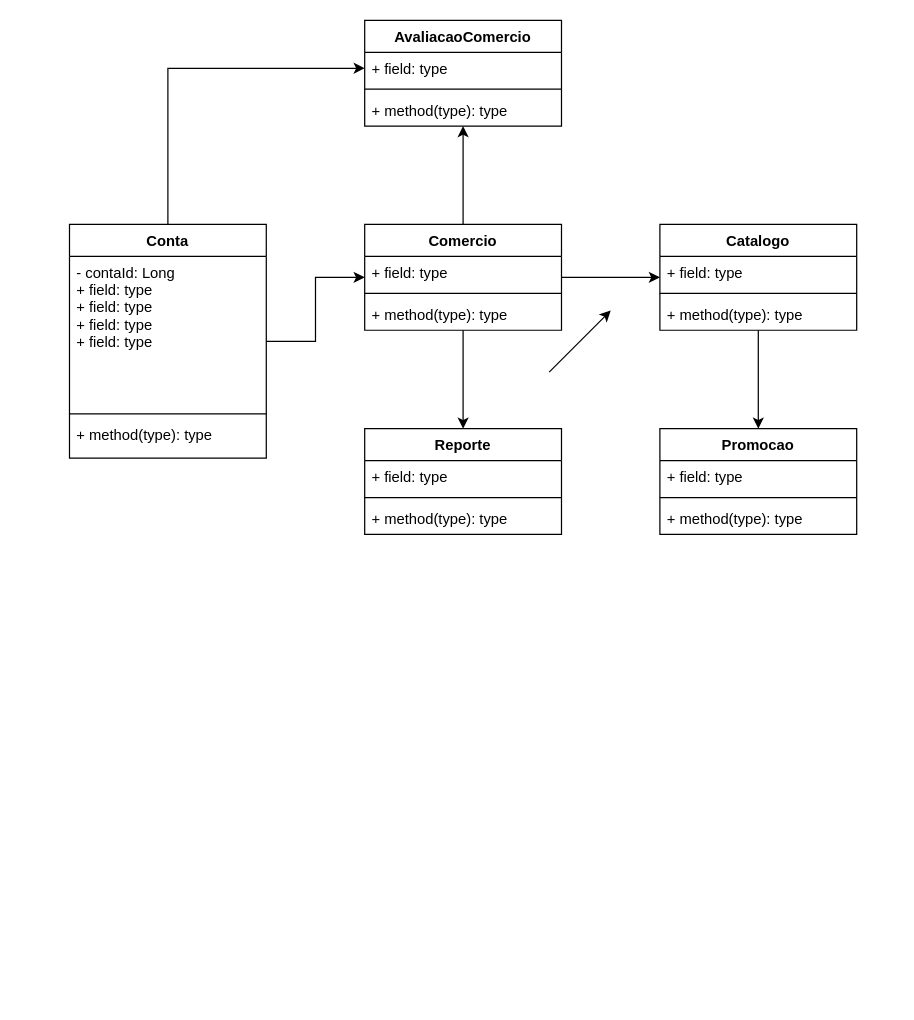
BrunoBender/tcc-do-entra21-2020-equipe-abcd keeps this draw.io diagram as src/main/resources/uml.drawio. Above is the earlier version. Source tidied: cells renumbered, new cells numbered last; positions are measured from the earlier drawing's top-left corner, leaving out a move shared by most shapes. Both pictures are drawn from the tidied source at 123%, with x=0, y=0 at pixel (69, 20).
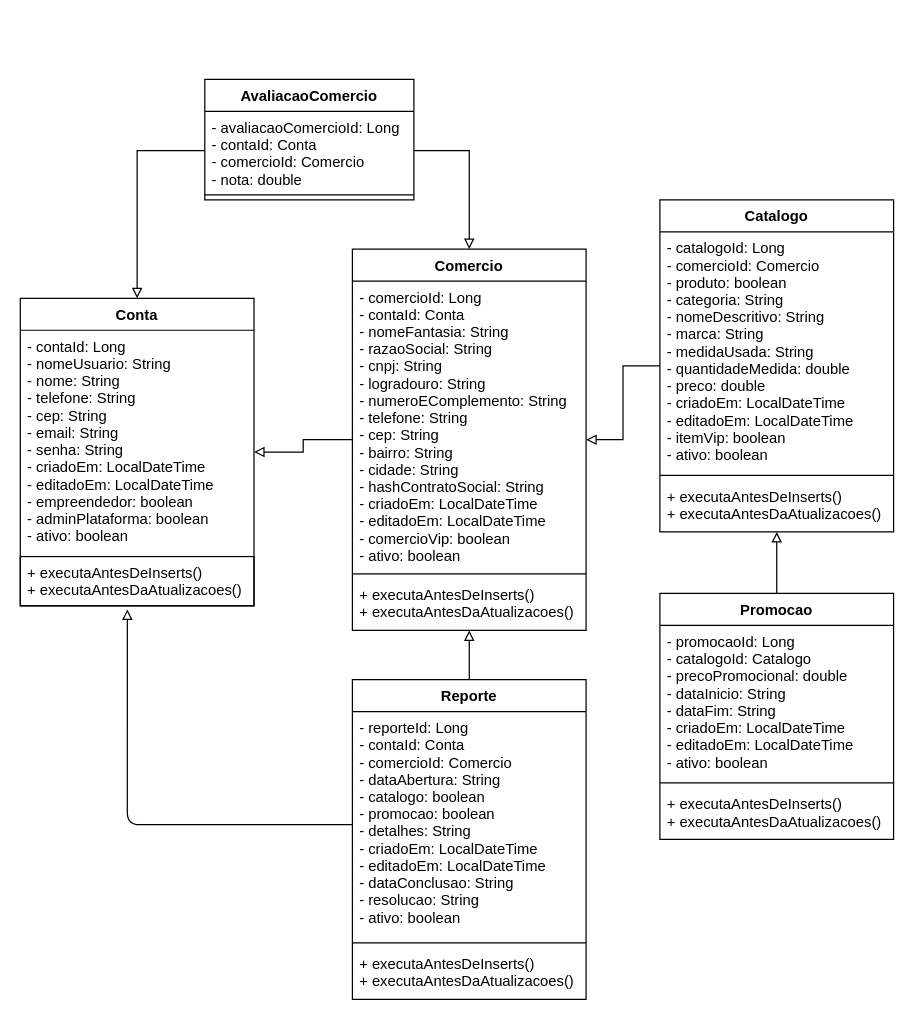
After the change.

Commit message (it also covers changes not shown here):
atualiza arquivos do uml #8

Diff of the diagram source:
```diff
@@
-    <mxCell id="2" style="edgeStyle=orthogonalEdgeStyle;rounded=0;jettySize=auto;html=1;" parent="1" edge="1" source="4" target="11">
+    <mxCell id="2" style="rounded=0;jettySize=auto;html=1;edgeStyle=orthogonalEdgeStyle;startArrow=block;startFill=0;endArrow=none;endFill=0;" parent="1" edge="1" source="4" target="11">
       <mxGeometry relative="1" as="geometry" />
     </mxCell>
-    <mxCell id="3" style="edgeStyle=orthogonalEdgeStyle;rounded=0;jettySize=auto;html=1;exitX=0.5;exitY=0;exitDx=0;exitDy=0;entryX=0;entryY=0.5;entryDx=0;entryDy=0;strokeColor=#000000;" parent="1" edge="1" source="4" target="29">
+    <mxCell id="3" style="edgeStyle=orthogonalEdgeStyle;rounded=0;jettySize=auto;html=1;exitX=0.5;exitY=0;exitDx=0;exitDy=0;entryX=0;entryY=0.5;entryDx=0;entryDy=0;strokeColor=#000000;startArrow=block;startFill=0;fillOpacity=100;endArrow=none;endFill=0;" parent="1" edge="1" source="4" target="29">
       <mxGeometry relative="1" as="geometry" />
     </mxCell>
     <mxCell id="4" value="Conta" style="swimlane;fontStyle=1;align=center;verticalAlign=top;horizontal=1;startSize=26;" parent="1" vertex="1">
-      <mxGeometry y="166" width="160" height="190" as="geometry" />
+      <mxGeometry x="-40" y="226" width="190" height="250" as="geometry" />
     </mxCell>
-    <mxCell id="5" value="- contaId: Long&#10;+ field: type&#10;+ field: type&#10;+ field: type&#10;+ field: type" style="text;strokeColor=none;fillColor=none;align=left;verticalAlign=top;spacingLeft=4;spacingRight=4;overflow=hidden;" parent="4" vertex="1">
-      <mxGeometry y="26" width="160" height="124" as="geometry" />
+    <mxCell id="5" value="- contaId: Long&#10;- nomeUsuario: String&#10;- nome: String&#10;- telefone: String&#10;- cep: String&#10;- email: String&#10;- senha: String&#10;- criadoEm: LocalDateTime&#10;- editadoEm: LocalDateTime&#10;- empreendedor: boolean&#10;- adminPlataforma: boolean&#10;- ativo: boolean" style="text;strokeColor=none;fillColor=none;align=left;verticalAlign=top;spacingLeft=4;spacingRight=4;overflow=hidden;" parent="4" vertex="1">
+      <mxGeometry y="26" width="190" height="184" as="geometry" />
     </mxCell>
-    <mxCell id="6" style="line;strokeWidth=1;fillColor=none;align=left;verticalAlign=middle;spacingTop=-1;spacingLeft=3;spacingRight=3;labelPosition=right;" parent="4" vertex="1">
-      <mxGeometry y="150" width="160" height="8" as="geometry" />
-    </mxCell>
-    <mxCell id="7" value="+ method(type): type" style="text;strokeColor=none;fillColor=none;align=left;verticalAlign=top;spacingLeft=4;spacingRight=4;overflow=hidden;points=[[0,0.5],[1,0.5]];portConstraint=eastwest;" parent="4" vertex="1">
-      <mxGeometry y="158" width="160" height="32" as="geometry" />
+    <mxCell id="7" value="+ executaAntesDeInserts()&#10;+ executaAntesDaAtualizacoes()" style="text;fillColor=none;align=left;verticalAlign=top;spacingLeft=4;spacingRight=4;overflow=hidden;points=[[0,0.5],[1,0.5]];portConstraint=eastwest;strokeColor=#000000;" parent="4" vertex="1">
+      <mxGeometry y="210" width="190" height="40" as="geometry" />
     </mxCell>
-    <mxCell id="8" style="edgeStyle=orthogonalEdgeStyle;rounded=0;jettySize=auto;html=1;" parent="1" edge="1" source="11" target="16">
+    <mxCell id="8" style="edgeStyle=orthogonalEdgeStyle;rounded=0;jettySize=auto;html=1;startArrow=block;startFill=0;endArrow=none;endFill=0;" parent="1" edge="1" source="11" target="16">
       <mxGeometry relative="1" as="geometry" />
     </mxCell>
-    <mxCell id="9" style="edgeStyle=orthogonalEdgeStyle;rounded=0;jettySize=auto;html=1;" parent="1" edge="1" source="11" target="24">
+    <mxCell id="9" style="edgeStyle=orthogonalEdgeStyle;rounded=0;jettySize=auto;html=1;startArrow=block;startFill=0;endArrow=none;endFill=0;" parent="1" edge="1" source="11" target="24">
       <mxGeometry relative="1" as="geometry" />
     </mxCell>
-    <mxCell id="10" style="edgeStyle=orthogonalEdgeStyle;rounded=0;jettySize=auto;html=1;strokeColor=#000000;" parent="1" edge="1" source="11" target="28">
-      <mxGeometry relative="1" as="geometry" />
+    <mxCell id="10" style="edgeStyle=orthogonalEdgeStyle;rounded=0;jettySize=auto;html=1;strokeColor=#000000;elbow=vertical;startArrow=block;startFill=0;endArrow=none;endFill=0;" parent="1" edge="1" source="11" target="28">
+      <mxGeometry relative="1" as="geometry">
+        <Array as="points">
+          <mxPoint x="325" y="106" />
+        </Array>
+      </mxGeometry>
     </mxCell>
     <mxCell id="11" value="Comercio" style="swimlane;fontStyle=1;align=center;verticalAlign=top;horizontal=1;startSize=26;" parent="1" vertex="1">
-      <mxGeometry x="240" y="166" width="160" height="86" as="geometry" />
+      <mxGeometry x="230" y="186" width="190" height="310" as="geometry" />
     </mxCell>
-    <mxCell id="12" value="+ field: type" style="text;strokeColor=none;fillColor=none;align=left;verticalAlign=top;spacingLeft=4;spacingRight=4;overflow=hidden;" parent="11" vertex="1">
-      <mxGeometry y="26" width="160" height="26" as="geometry" />
+    <mxCell id="12" value="- comercioId: Long&#10;- contaId: Conta&#10;- nomeFantasia: String&#10;- razaoSocial: String&#10;- cnpj: String&#10;- logradouro: String&#10;- numeroEComplemento: String&#10;- telefone: String&#10;- cep: String&#10;- bairro: String&#10;- cidade: String&#10;- hashContratoSocial: String&#10;- criadoEm: LocalDateTime&#10;- editadoEm: LocalDateTime&#10;- comercioVip: boolean&#10;- ativo: boolean" style="text;strokeColor=none;fillColor=none;align=left;verticalAlign=top;spacingLeft=4;spacingRight=4;overflow=hidden;" parent="11" vertex="1">
+      <mxGeometry y="26" width="190" height="234" as="geometry" />
     </mxCell>
     <mxCell id="13" style="line;strokeWidth=1;fillColor=none;align=left;verticalAlign=middle;spacingTop=-1;spacingLeft=3;spacingRight=3;labelPosition=right;" parent="11" vertex="1">
-      <mxGeometry y="52" width="160" height="8" as="geometry" />
+      <mxGeometry y="260" width="190" height="8" as="geometry" />
     </mxCell>
-    <mxCell id="14" value="+ method(type): type" style="text;strokeColor=none;fillColor=none;align=left;verticalAlign=top;spacingLeft=4;spacingRight=4;overflow=hidden;" parent="11" vertex="1">
-      <mxGeometry y="60" width="160" height="26" as="geometry" />
+    <mxCell id="14" value="+ executaAntesDeInserts()&#10;+ executaAntesDaAtualizacoes()" style="text;strokeColor=none;fillColor=none;align=left;verticalAlign=top;spacingLeft=4;spacingRight=4;overflow=hidden;" parent="11" vertex="1">
+      <mxGeometry y="268" width="190" height="42" as="geometry" />
     </mxCell>
-    <mxCell id="15" style="edgeStyle=orthogonalEdgeStyle;rounded=0;jettySize=auto;html=1;" parent="1" edge="1" source="16" target="20">
+    <mxCell id="15" style="edgeStyle=orthogonalEdgeStyle;rounded=0;jettySize=auto;html=1;startArrow=block;startFill=0;endArrow=none;endFill=0;" parent="1" edge="1" source="16" target="20">
       <mxGeometry relative="1" as="geometry" />
     </mxCell>
     <mxCell id="16" value="Catalogo" style="swimlane;fontStyle=1;align=center;verticalAlign=top;horizontal=1;startSize=26;" parent="1" vertex="1">
-      <mxGeometry x="480" y="166" width="160" height="86" as="geometry" />
+      <mxGeometry x="480" y="146" width="190" height="270" as="geometry" />
     </mxCell>
-    <mxCell id="17" value="+ field: type" style="text;strokeColor=none;fillColor=none;align=left;verticalAlign=top;spacingLeft=4;spacingRight=4;overflow=hidden;" parent="16" vertex="1">
-      <mxGeometry y="26" width="160" height="26" as="geometry" />
+    <mxCell id="17" value="- catalogoId: Long&#10;- comercioId: Comercio&#10;- produto: boolean&#10;- categoria: String&#10;- nomeDescritivo: String&#10;- marca: String&#10;- medidaUsada: String&#10;- quantidadeMedida: double&#10;- preco: double&#10;- criadoEm: LocalDateTime&#10;- editadoEm: LocalDateTime&#10;- itemVip: boolean&#10;- ativo: boolean" style="text;strokeColor=none;fillColor=none;align=left;verticalAlign=top;spacingLeft=4;spacingRight=4;overflow=hidden;" parent="16" vertex="1">
+      <mxGeometry y="26" width="190" height="194" as="geometry" />
     </mxCell>
     <mxCell id="18" style="line;strokeWidth=1;fillColor=none;align=left;verticalAlign=middle;spacingTop=-1;spacingLeft=3;spacingRight=3;labelPosition=right;" parent="16" vertex="1">
-      <mxGeometry y="52" width="160" height="8" as="geometry" />
+      <mxGeometry y="220" width="190" height="8" as="geometry" />
     </mxCell>
-    <mxCell id="19" value="+ method(type): type" style="text;strokeColor=none;fillColor=none;align=left;verticalAlign=top;spacingLeft=4;spacingRight=4;overflow=hidden;" parent="16" vertex="1">
-      <mxGeometry y="60" width="160" height="26" as="geometry" />
+    <mxCell id="19" value="+ executaAntesDeInserts()&#10;+ executaAntesDaAtualizacoes()" style="text;strokeColor=none;fillColor=none;align=left;verticalAlign=top;spacingLeft=4;spacingRight=4;overflow=hidden;" parent="16" vertex="1">
+      <mxGeometry y="228" width="190" height="42" as="geometry" />
     </mxCell>
     <mxCell id="20" value="Promocao" style="swimlane;fontStyle=1;align=center;verticalAlign=top;horizontal=1;startSize=26;" parent="1" vertex="1">
-      <mxGeometry x="480" y="332" width="160" height="86" as="geometry" />
+      <mxGeometry x="480" y="466" width="190" height="200" as="geometry" />
     </mxCell>
-    <mxCell id="21" value="+ field: type" style="text;strokeColor=none;fillColor=none;align=left;verticalAlign=top;spacingLeft=4;spacingRight=4;overflow=hidden;" parent="20" vertex="1">
-      <mxGeometry y="26" width="160" height="26" as="geometry" />
+    <mxCell id="21" value="- promocaoId: Long&#10;- catalogoId: Catalogo&#10;- precoPromocional: double&#10;- dataInicio: String&#10;- dataFim: String&#10;- criadoEm: LocalDateTime&#10;- editadoEm: LocalDateTime&#10;- ativo: boolean" style="text;strokeColor=none;fillColor=none;align=left;verticalAlign=top;spacingLeft=4;spacingRight=4;overflow=hidden;" parent="20" vertex="1">
+      <mxGeometry y="26" width="190" height="124" as="geometry" />
     </mxCell>
     <mxCell id="22" style="line;strokeWidth=1;fillColor=none;align=left;verticalAlign=middle;spacingTop=-1;spacingLeft=3;spacingRight=3;labelPosition=right;" parent="20" vertex="1">
-      <mxGeometry y="52" width="160" height="8" as="geometry" />
+      <mxGeometry y="150" width="190" height="8" as="geometry" />
     </mxCell>
-    <mxCell id="23" value="+ method(type): type" style="text;strokeColor=none;fillColor=none;align=left;verticalAlign=top;spacingLeft=4;spacingRight=4;overflow=hidden;" parent="20" vertex="1">
-      <mxGeometry y="60" width="160" height="26" as="geometry" />
+    <mxCell id="23" value="+ executaAntesDeInserts()&#10;+ executaAntesDaAtualizacoes()" style="text;strokeColor=none;fillColor=none;align=left;verticalAlign=top;spacingLeft=4;spacingRight=4;overflow=hidden;" parent="20" vertex="1">
+      <mxGeometry y="158" width="190" height="42" as="geometry" />
     </mxCell>
     <mxCell id="24" value="Reporte" style="swimlane;fontStyle=1;align=center;verticalAlign=top;horizontal=1;startSize=26;" parent="1" vertex="1">
-      <mxGeometry x="240" y="332" width="160" height="86" as="geometry" />
+      <mxGeometry x="230" y="536" width="190" height="260" as="geometry" />
     </mxCell>
-    <mxCell id="25" value="+ field: type" style="text;strokeColor=none;fillColor=none;align=left;verticalAlign=top;spacingLeft=4;spacingRight=4;overflow=hidden;points=[[0,0.5],[1,0.5]];portConstraint=eastwest;" parent="24" vertex="1">
-      <mxGeometry y="26" width="160" height="26" as="geometry" />
+    <mxCell id="25" value="- reporteId: Long&#10;- contaId: Conta&#10;- comercioId: Comercio&#10;- dataAbertura: String&#10;- catalogo: boolean&#10;- promocao: boolean&#10;- detalhes: String&#10;- criadoEm: LocalDateTime&#10;- editadoEm: LocalDateTime&#10;- dataConclusao: String&#10;- resolucao: String&#10;- ativo: boolean" style="text;strokeColor=none;fillColor=none;align=left;verticalAlign=top;spacingLeft=4;spacingRight=4;overflow=hidden;points=[[0,0.5],[1,0.5]];portConstraint=eastwest;" parent="24" vertex="1">
+      <mxGeometry y="26" width="190" height="184" as="geometry" />
     </mxCell>
     <mxCell id="26" style="line;strokeWidth=1;fillColor=none;align=left;verticalAlign=middle;spacingTop=-1;spacingLeft=3;spacingRight=3;labelPosition=right;" parent="24" vertex="1">
-      <mxGeometry y="52" width="160" height="8" as="geometry" />
+      <mxGeometry y="210" width="190" height="8" as="geometry" />
     </mxCell>
-    <mxCell id="27" value="+ method(type): type" style="text;strokeColor=none;fillColor=none;align=left;verticalAlign=top;spacingLeft=4;spacingRight=4;overflow=hidden;" parent="24" vertex="1">
-      <mxGeometry y="60" width="160" height="26" as="geometry" />
+    <mxCell id="27" value="+ executaAntesDeInserts()&#10;+ executaAntesDaAtualizacoes()" style="text;strokeColor=none;fillColor=none;align=left;verticalAlign=top;spacingLeft=4;spacingRight=4;overflow=hidden;" parent="24" vertex="1">
+      <mxGeometry y="218" width="190" height="42" as="geometry" />
     </mxCell>
     <mxCell id="28" value="AvaliacaoComercio" style="swimlane;fontStyle=1;align=center;verticalAlign=top;horizontal=1;startSize=26;" parent="1" vertex="1">
-      <mxGeometry x="240" width="160" height="86" as="geometry" />
+      <mxGeometry x="110" y="48" width="170" height="98" as="geometry" />
     </mxCell>
-    <mxCell id="29" value="+ field: type" style="text;strokeColor=none;fillColor=none;align=left;verticalAlign=top;spacingLeft=4;spacingRight=4;overflow=hidden;points=[[0,0.5],[1,0.5]];portConstraint=eastwest;" parent="28" vertex="1">
-      <mxGeometry y="26" width="160" height="26" as="geometry" />
+    <mxCell id="29" value="- avaliacaoComercioId: Long&#10;- contaId: Conta&#10;- comercioId: Comercio&#10;- nota: double" style="text;strokeColor=none;fillColor=none;align=left;verticalAlign=top;spacingLeft=4;spacingRight=4;overflow=hidden;points=[[0,0.5],[1,0.5]];portConstraint=eastwest;" parent="28" vertex="1">
+      <mxGeometry y="26" width="170" height="64" as="geometry" />
     </mxCell>
     <mxCell id="30" style="line;strokeWidth=1;fillColor=none;align=left;verticalAlign=middle;spacingTop=-1;spacingLeft=3;spacingRight=3;labelPosition=right;" parent="28" vertex="1">
-      <mxGeometry y="52" width="160" height="8" as="geometry" />
+      <mxGeometry y="90" width="170" height="8" as="geometry" />
     </mxCell>
-    <mxCell id="31" value="+ method(type): type" style="text;strokeColor=none;fillColor=none;align=left;verticalAlign=top;spacingLeft=4;spacingRight=4;overflow=hidden;" parent="28" vertex="1">
-      <mxGeometry y="60" width="160" height="26" as="geometry" />
-    </mxCell>
-    <mxCell id="32" style="endArrow=classic;html=1;strokeColor=#000000;" parent="1" edge="1">
-      <mxGeometry relative="1" as="geometry">
-        <mxPoint x="390" y="286" as="sourcePoint" />
-        <mxPoint x="440" y="236" as="targetPoint" />
-      </mxGeometry>
-    </mxCell>
+    <mxCell id="33" style="endArrow=block;html=1;strokeColor=#000000;exitX=0;exitY=0.5;exitDx=0;exitDy=0;entryX=0.458;entryY=1.075;entryDx=0;entryDy=0;entryPerimeter=0;edgeStyle=orthogonalEdgeStyle;endFill=0;" parent="1" edge="1" source="25" target="7">
+      <mxGeometry relative="1" as="geometry">
+        <Array as="points">
+          <mxPoint x="47" y="654" />
+        </Array>
+      </mxGeometry>
+    </mxCell>
```
